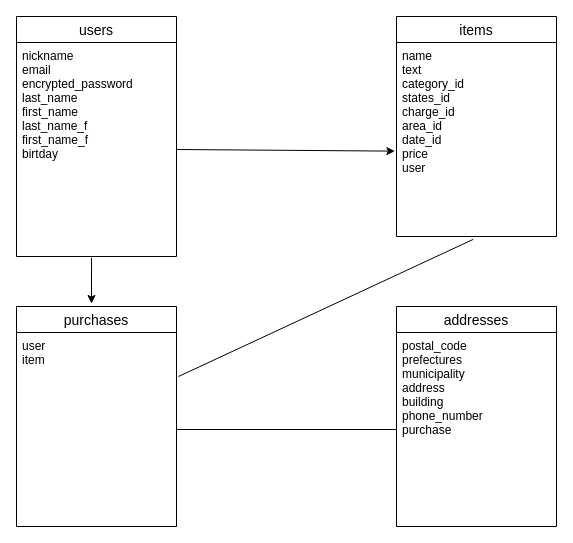
Earlier version of the draw.io diagram furima_test.dio (taiga-kishimoto-2233/furima-30343). Source tidied: cells renumbered, new cells numbered last; positions are measured from the earlier drawing's top-left corner, leaving out a move shared by most shapes. Both pictures are drawn from the tidied source at 100%, with x=0, y=0 at pixel (16, 16).
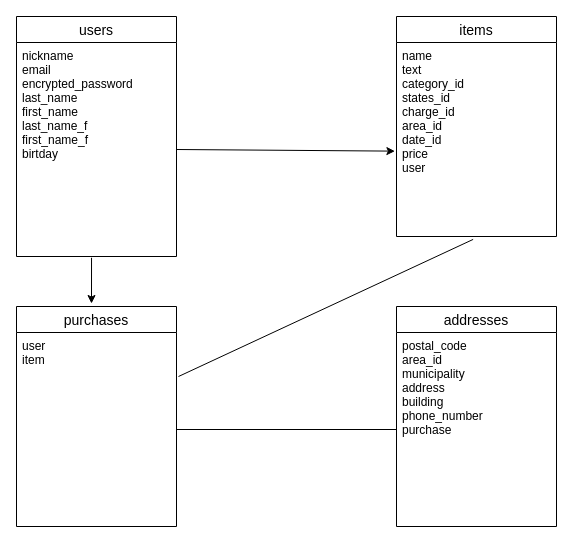
The same diagram, later.

What changed in the source:
```diff
@@
 <mxGraphModel>
   <root>
     <mxCell id="0" />
     <mxCell id="1" parent="0" />
     <mxCell id="2" value="users" style="swimlane;fontStyle=0;horizontal=1;startSize=26;align=center;fontSize=14;" parent="1" vertex="1">
       <mxGeometry width="160" height="240" as="geometry" />
     </mxCell>
     <mxCell id="3" value="nickname   &#10;email        &#10;encrypted_password&#10;last_name    &#10;first_name    &#10;last_name_f &#10;first_name_f &#10;birtday  " style="text;strokeColor=none;fillColor=none;spacingLeft=4;spacingRight=4;overflow=hidden;points=[[0,0.5],[1,0.5]];portConstraint=eastwest;fontSize=12;" parent="2" vertex="1">
       <mxGeometry y="26" width="160" height="214" as="geometry" />
     </mxCell>
     <mxCell id="4" value="items" style="swimlane;fontStyle=0;horizontal=1;startSize=26;align=center;fontSize=14;" parent="1" vertex="1">
       <mxGeometry x="380" width="160" height="220" as="geometry" />
     </mxCell>
     <mxCell id="5" value="name   &#10;text        &#10;category_id&#10;states_id   &#10;charge_id &#10;area_id     &#10;date_id     &#10;price      &#10;user     " style="text;strokeColor=none;fillColor=none;spacingLeft=4;spacingRight=4;overflow=hidden;points=[[0,0.5],[1,0.5]];portConstraint=eastwest;fontSize=12;" parent="4" vertex="1">
       <mxGeometry y="26" width="160" height="194" as="geometry" />
     </mxCell>
     <mxCell id="6" value="purchases" style="swimlane;fontStyle=0;horizontal=1;startSize=26;align=center;fontSize=14;" parent="1" vertex="1">
       <mxGeometry y="290" width="160" height="220" as="geometry" />
     </mxCell>
     <mxCell id="7" value="user   &#10;item     " style="text;strokeColor=none;fillColor=none;spacingLeft=4;spacingRight=4;overflow=hidden;points=[[0,0.5],[1,0.5]];portConstraint=eastwest;fontSize=12;" parent="6" vertex="1">
       <mxGeometry y="26" width="160" height="194" as="geometry" />
     </mxCell>
     <mxCell id="8" style="endArrow=classic;html=1;exitX=0.469;exitY=1.006;exitDx=0;exitDy=0;exitPerimeter=0;" parent="1" edge="1" source="3">
       <mxGeometry relative="1" as="geometry">
         <mxPoint x="75" y="287" as="targetPoint" />
       </mxGeometry>
     </mxCell>
     <mxCell id="9" style="endArrow=classic;html=1;exitX=1;exitY=0.5;exitDx=0;exitDy=0;entryX=-0.01;entryY=0.56;entryDx=0;entryDy=0;entryPerimeter=0;" parent="1" edge="1" source="3" target="5">
       <mxGeometry relative="1" as="geometry" />
     </mxCell>
     <mxCell id="10" style="endArrow=none;html=1;entryX=0.479;entryY=1.015;entryDx=0;entryDy=0;entryPerimeter=0;" parent="1" edge="1" target="5">
       <mxGeometry relative="1" as="geometry">
         <mxPoint x="162" y="360" as="sourcePoint" />
       </mxGeometry>
     </mxCell>
     <mxCell id="11" value="addresses" style="swimlane;fontStyle=0;horizontal=1;startSize=26;align=center;fontSize=14;" parent="1" vertex="1">
       <mxGeometry x="380" y="290" width="160" height="220" as="geometry" />
     </mxCell>
-    <mxCell id="12" value="postal_code &#10;prefectures  &#10;municipality &#10;address     &#10;building     &#10;phone_number&#10;purchase" style="text;strokeColor=none;fillColor=none;spacingLeft=4;spacingRight=4;overflow=hidden;points=[[0,0.5],[1,0.5]];portConstraint=eastwest;fontSize=12;" parent="11" vertex="1">
+    <mxCell id="12" value="postal_code &#10;area_id  &#10;municipality &#10;address     &#10;building     &#10;phone_number&#10;purchase" style="text;strokeColor=none;fillColor=none;spacingLeft=4;spacingRight=4;overflow=hidden;points=[[0,0.5],[1,0.5]];portConstraint=eastwest;fontSize=12;" parent="11" vertex="1">
       <mxGeometry y="26" width="160" height="194" as="geometry" />
     </mxCell>
     <mxCell id="13" style="endArrow=none;html=1;entryX=0;entryY=0.5;entryDx=0;entryDy=0;exitX=1;exitY=0.5;exitDx=0;exitDy=0;" parent="1" edge="1" source="7" target="12">
       <mxGeometry relative="1" as="geometry" />
     </mxCell>
   </root>
 </mxGraphModel>
```
